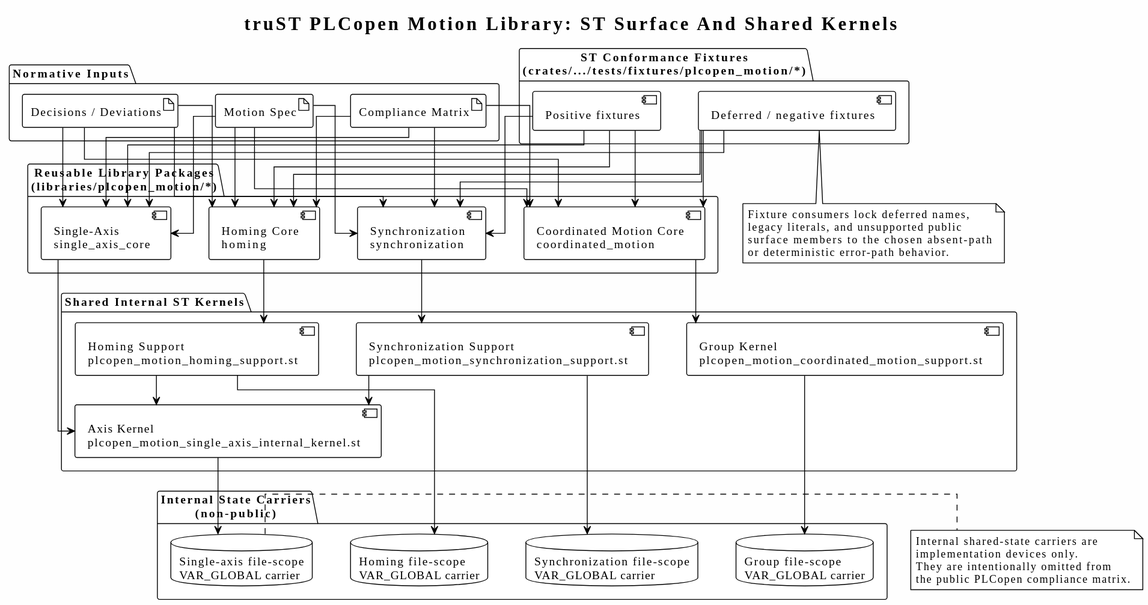
Earlier version of the PlantUML export docs/diagrams/generated/plcopen-motion-library.svg (johannesPettersson80/trust-platform). Its diagram source:
```plantuml
@startuml
!theme plain
skinparam backgroundColor #FEFEFE
skinparam componentStyle uml2
skinparam linetype ortho
skinparam nodesep 45
skinparam ranksep 35

title truST PLCopen Motion Library: ST Surface And Shared Kernels

package "Normative Inputs" {
  artifact "Motion Spec" as spec
  artifact "Compliance Matrix" as matrix
  artifact "Decisions / Deviations" as logs
}

package "Reusable Library Packages\n(libraries/plcopen_motion/*)" {
  component "Single-Axis\nsingle_axis_core" as single
  component "Synchronization\nsynchronization" as sync
  component "Coordinated Motion Core\ncoordinated_motion" as group
  component "Homing Core\nhoming" as homing
}

package "Shared Internal ST Kernels" {
  component "Axis Kernel\nplcopen_motion_single_axis_internal_kernel.st" as axisKernel
  component "Synchronization Support\nplcopen_motion_synchronization_support.st" as syncSupport
  component "Group Kernel\nplcopen_motion_coordinated_motion_support.st" as groupKernel
  component "Homing Support\nplcopen_motion_homing_support.st" as homeSupport
}

package "Internal State Carriers\n(non-public)" {
  database "Single-axis file-scope\nVAR_GLOBAL carrier" as axisStore
  database "Synchronization file-scope\nVAR_GLOBAL carrier" as syncStore
  database "Group file-scope\nVAR_GLOBAL carrier" as groupStore
  database "Homing file-scope\nVAR_GLOBAL carrier" as homeStore
}

package "ST Conformance Fixtures\n(crates/.../tests/fixtures/plcopen_motion/*)" {
  component "Positive fixtures" as positive
  component "Deferred / negative fixtures" as negative
}

spec --> single
spec --> sync
spec --> group
spec --> homing
matrix --> single
matrix --> sync
matrix --> group
matrix --> homing
logs --> single
logs --> sync
logs --> group
logs --> homing

single --> axisKernel
sync --> syncSupport
syncSupport --> axisKernel
group --> groupKernel
homing --> homeSupport
homeSupport --> axisKernel

axisKernel --> axisStore
syncSupport --> syncStore
groupKernel --> groupStore
homeSupport --> homeStore

positive --> single
positive --> sync
positive --> group
positive --> homing
negative --> single
negative --> sync
negative --> group
negative --> homing

note right of axisStore
Internal shared-state carriers are
implementation devices only.
They are intentionally omitted from
the public PLCopen compliance matrix.
end note

note bottom of negative
Fixture consumers lock deferred names,
legacy literals, and unsupported public
surface members to the chosen absent-path
or deterministic error-path behavior.
end note
@enduml
```
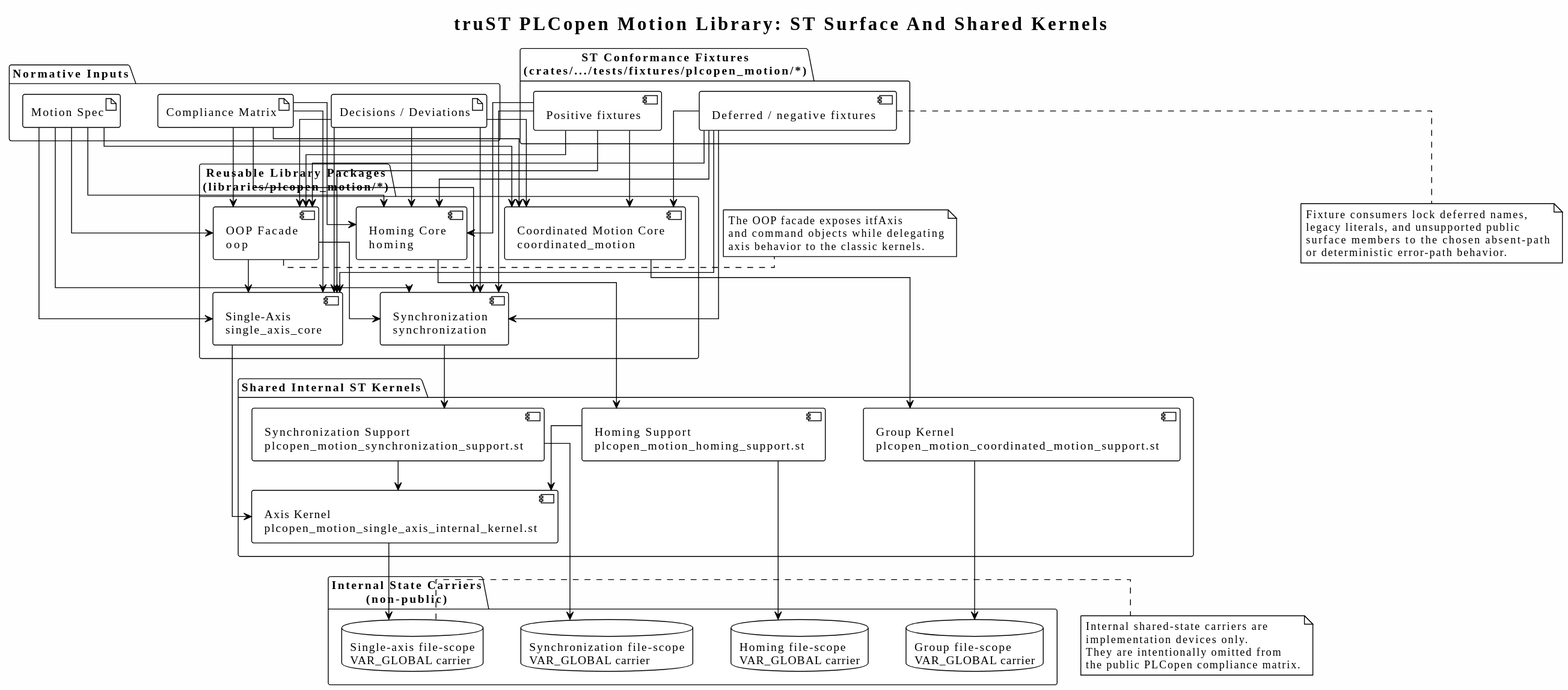
Later version of the same file.

The edit, as a diff of the source:
```diff
@@ -19,6 +19,7 @@
   component "Synchronization\nsynchronization" as sync
   component "Coordinated Motion Core\ncoordinated_motion" as group
   component "Homing Core\nhoming" as homing
+  component "OOP Facade\noop" as oop
 }
 
 package "Shared Internal ST Kernels" {
@@ -44,17 +45,22 @@
 spec --> sync
 spec --> group
 spec --> homing
+spec --> oop
 matrix --> single
 matrix --> sync
 matrix --> group
 matrix --> homing
+matrix --> oop
 logs --> single
 logs --> sync
 logs --> group
 logs --> homing
+logs --> oop
 
 single --> axisKernel
 sync --> syncSupport
+oop --> single
+oop --> sync
 syncSupport --> axisKernel
 group --> groupKernel
 homing --> homeSupport
@@ -69,10 +75,18 @@
 positive --> sync
 positive --> group
 positive --> homing
+positive --> oop
 negative --> single
 negative --> sync
 negative --> group
 negative --> homing
+negative --> oop
+
+note right of oop
+The OOP facade exposes itfAxis
+and command objects while delegating
+axis behavior to the classic kernels.
+end note
 
 note right of axisStore
 Internal shared-state carriers are
```
